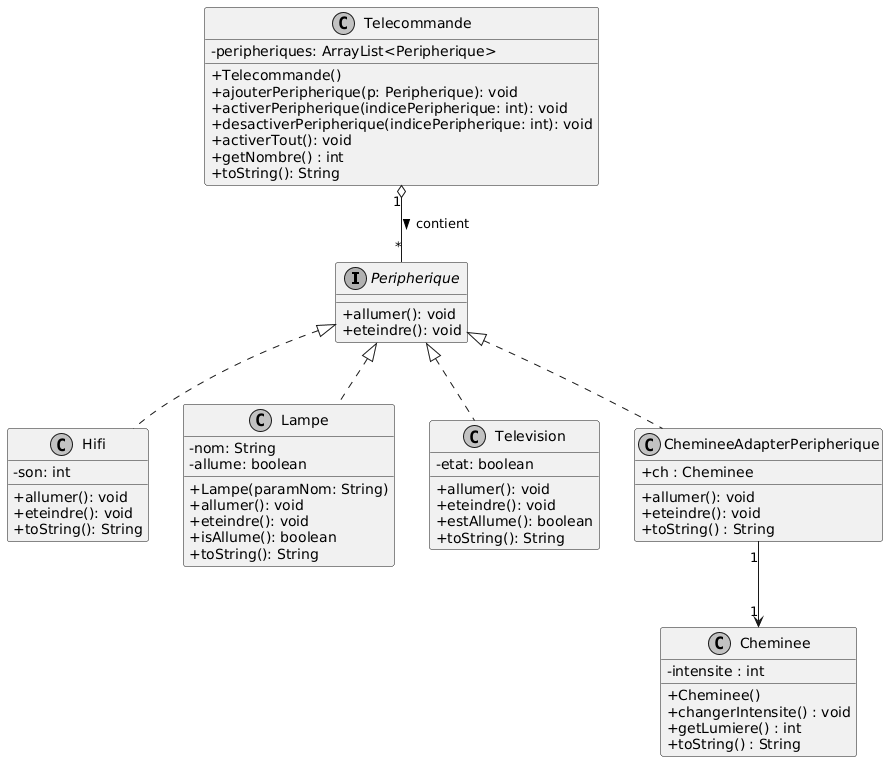
Earlier version of the PlantUML export TP3/TD06/img/umlQ2.png (joshu0111/2026_coo_domotique_ruelramos).
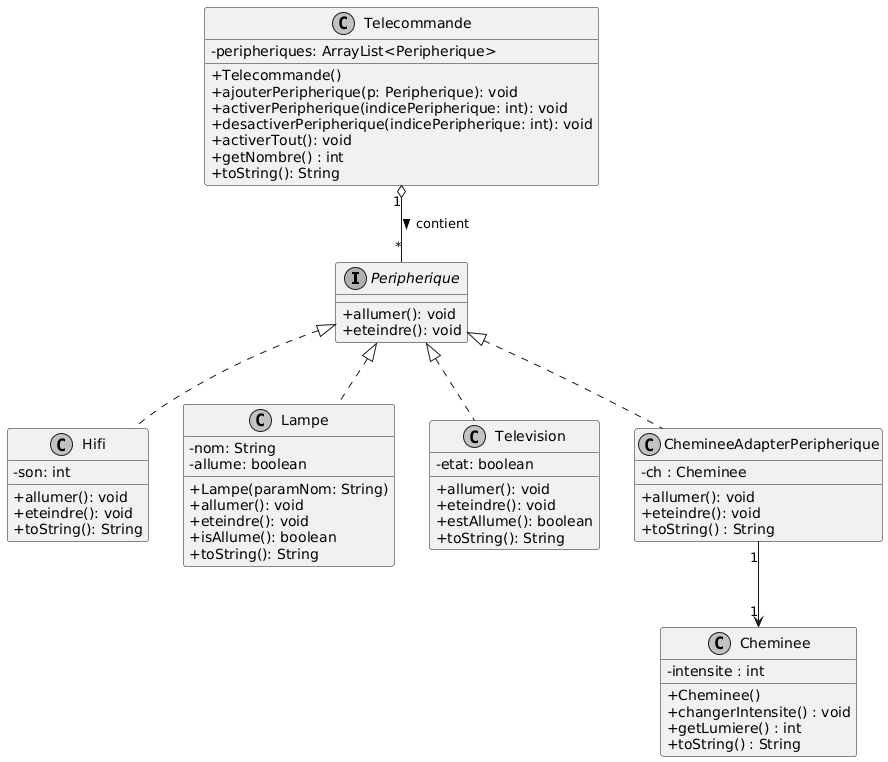
After the commit.

Commit message:
Creation du fichier ThermostatAdapterPeripherique.java et modifcation de diagramme uml

Change to the diagram source:
```diff
@@ -53,7 +53,7 @@
 }
 
 class ChemineeAdapterPeripherique{
-    + ch : Cheminee
+    - ch : Cheminee
     + allumer(): void
     + eteindre(): void
     + toString() : String
```
